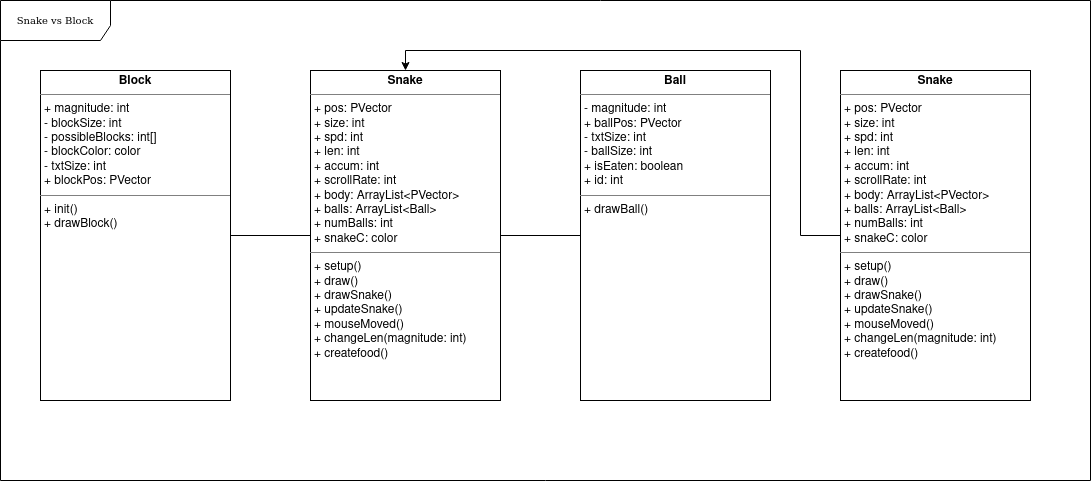
Above: ouruml.png in madeline-lei/final_project (draw.io), before the change. Source tidied: cells renumbered, new cells last; positions are measured from the earlier drawing's top-left corner, leaving out a move shared by most shapes.
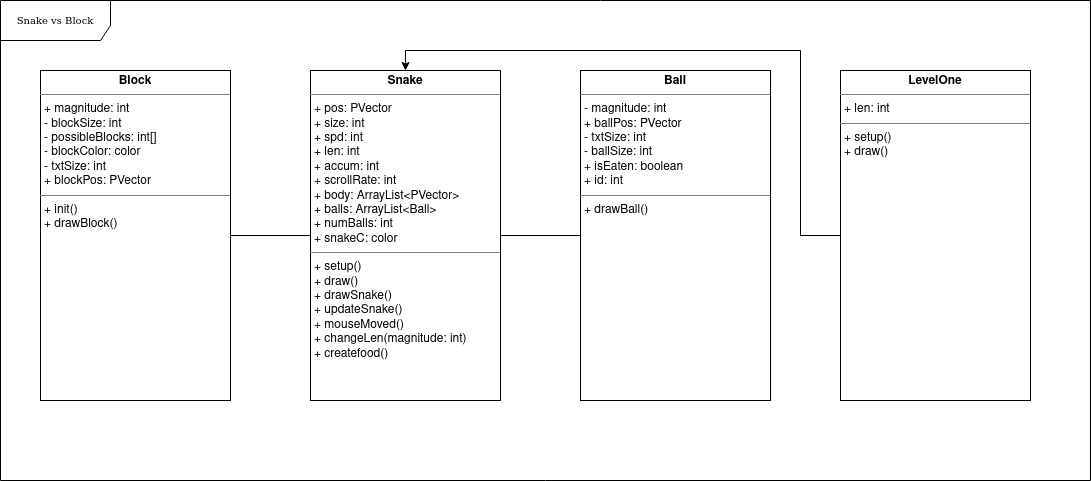
The same diagram one commit later.

The edit, as a diff of the source:
```diff
@@ -29,7 +29,7 @@
         </Array>
       </mxGeometry>
     </mxCell>
-    <mxCell id="9" value="&lt;p style=&quot;margin:0px;margin-top:4px;text-align:center;&quot;&gt;&lt;b&gt;Snake&lt;/b&gt;&lt;/p&gt;&lt;hr size=&quot;1&quot;&gt;&lt;p style=&quot;margin:0px;margin-left:4px;&quot;&gt;+ pos: PVector&lt;/p&gt;&lt;p style=&quot;margin:0px;margin-left:4px;&quot;&gt;+ size: int&lt;/p&gt;&lt;p style=&quot;margin:0px;margin-left:4px;&quot;&gt;+ spd: int&lt;/p&gt;&lt;p style=&quot;margin:0px;margin-left:4px;&quot;&gt;+ len: int&lt;/p&gt;&lt;p style=&quot;margin:0px;margin-left:4px;&quot;&gt;+ accum: int&lt;/p&gt;&lt;p style=&quot;margin:0px;margin-left:4px;&quot;&gt;+ scrollRate: int&lt;/p&gt;&lt;p style=&quot;margin:0px;margin-left:4px;&quot;&gt;&lt;/p&gt;&lt;p style=&quot;margin:0px;margin-left:4px;&quot;&gt;+ body: ArrayList&amp;lt;PVector&amp;gt;&lt;/p&gt;&lt;p style=&quot;margin:0px;margin-left:4px;&quot;&gt;+ balls: ArrayList&amp;lt;Ball&amp;gt;&lt;/p&gt;&lt;p style=&quot;margin:0px;margin-left:4px;&quot;&gt;+ numBalls: int&lt;/p&gt;&lt;p style=&quot;margin:0px;margin-left:4px;&quot;&gt;+ snakeC: color&lt;/p&gt;&lt;hr size=&quot;1&quot;&gt;&lt;p style=&quot;margin:0px;margin-left:4px;&quot;&gt;+ setup()&lt;/p&gt;&lt;p style=&quot;margin:0px;margin-left:4px;&quot;&gt;+ draw()&lt;/p&gt;&lt;p style=&quot;margin:0px;margin-left:4px;&quot;&gt;+ drawSnake()&lt;/p&gt;&lt;p style=&quot;margin:0px;margin-left:4px;&quot;&gt;+ updateSnake()&lt;/p&gt;&lt;p style=&quot;margin:0px;margin-left:4px;&quot;&gt;+ mouseMoved()&lt;/p&gt;&lt;p style=&quot;margin:0px;margin-left:4px;&quot;&gt;+ changeLen(magnitude: int)&lt;/p&gt;&lt;p style=&quot;margin:0px;margin-left:4px;&quot;&gt;+ createfood()&lt;br&gt;&lt;/p&gt;&lt;p style=&quot;margin:0px;margin-left:4px;&quot;&gt;&lt;br&gt;&lt;/p&gt;" style="verticalAlign=top;align=left;overflow=fill;fontSize=12;fontFamily=Helvetica;html=1;rounded=0;shadow=0;comic=0;labelBackgroundColor=none;strokeWidth=1;" parent="1" vertex="1">
+    <mxCell id="9" value="&lt;p style=&quot;margin:0px;margin-top:4px;text-align:center;&quot;&gt;&lt;b&gt;LevelOne&lt;/b&gt;&lt;/p&gt;&lt;hr size=&quot;1&quot;&gt;&lt;p style=&quot;margin:0px;margin-left:4px;&quot;&gt;+ len: int&lt;/p&gt;&lt;hr size=&quot;1&quot;&gt;&lt;p style=&quot;margin:0px;margin-left:4px;&quot;&gt;+ setup()&lt;/p&gt;&lt;p style=&quot;margin:0px;margin-left:4px;&quot;&gt;+ draw()&lt;/p&gt;" style="verticalAlign=top;align=left;overflow=fill;fontSize=12;fontFamily=Helvetica;html=1;rounded=0;shadow=0;comic=0;labelBackgroundColor=none;strokeWidth=1;" parent="1" vertex="1">
       <mxGeometry x="840" y="70" width="190" height="330" as="geometry" />
     </mxCell>
   </root>
```
